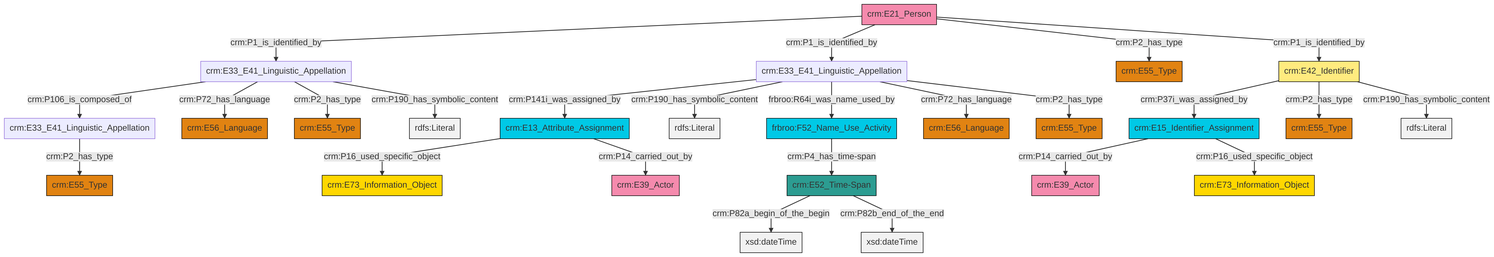
The Mermaid diagram et/personCSV/ttl/mmd/png/Person_Names_and_Classification.png in swiss-art-research-net/reference-data-models, before a commit. Its source is kept beside it as et/personCSV/ttl/mmd/Person_Names_and_Classification.ttl.mmd.
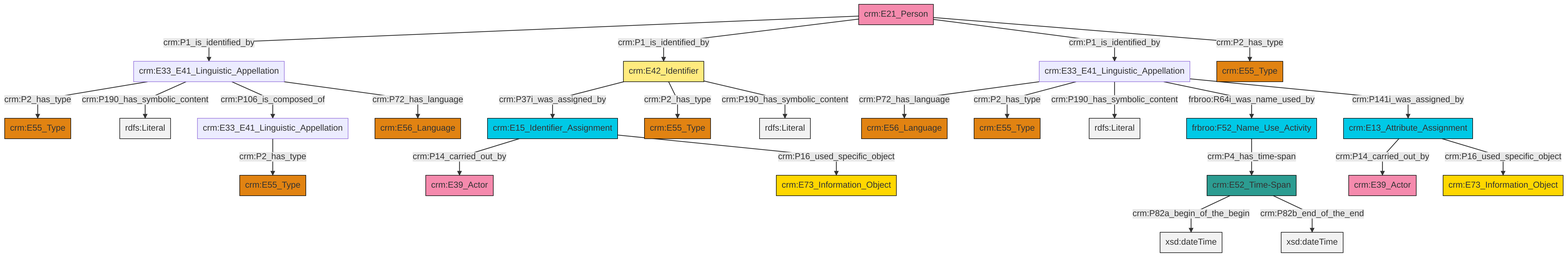
The same diagram one commit later.

Change to the diagram source:
```diff
@@ -13,27 +13,27 @@
 classDef PC_Classes fill:#4ce600, stroke:#000000;
 classDef Multi fill:#cccccc,stroke:#000000;
 
-0["crm:E33_E41_Linguistic_Appellation"]:::Default -->|crm:P141i_was_assigned_by| 1["crm:E13_Attribute_Assignment"]:::Temporal_Entity
-0["crm:E33_E41_Linguistic_Appellation"]:::Default -->|crm:P190_has_symbolic_content| 10[rdfs:Literal]:::Literal
-0["crm:E33_E41_Linguistic_Appellation"]:::Default -->|frbroo:R64i_was_name_used_by| 13["frbroo:F52_Name_Use_Activity"]:::Temporal_Entity
-14["crm:E21_Person"]:::Actor -->|crm:P1_is_identified_by| 15["crm:E33_E41_Linguistic_Appellation"]:::Default
-19["crm:E42_Identifier"]:::Appellation -->|crm:P37i_was_assigned_by| 17["crm:E15_Identifier_Assignment"]:::Temporal_Entity
-15["crm:E33_E41_Linguistic_Appellation"]:::Default -->|crm:P106_is_composed_of| 6["crm:E33_E41_Linguistic_Appellation"]:::Default
-14["crm:E21_Person"]:::Actor -->|crm:P1_is_identified_by| 0["crm:E33_E41_Linguistic_Appellation"]:::Default
-0["crm:E33_E41_Linguistic_Appellation"]:::Default -->|crm:P72_has_language| 8["crm:E56_Language"]:::Type
-0["crm:E33_E41_Linguistic_Appellation"]:::Default -->|crm:P2_has_type| 22["crm:E55_Type"]:::Type
-14["crm:E21_Person"]:::Actor -->|crm:P2_has_type| 23["crm:E55_Type"]:::Type
-15["crm:E33_E41_Linguistic_Appellation"]:::Default -->|crm:P72_has_language| 2["crm:E56_Language"]:::Type
-1["crm:E13_Attribute_Assignment"]:::Temporal_Entity -->|crm:P16_used_specific_object| 29["crm:E73_Information_Object"]:::Conceptual_Object
-19["crm:E42_Identifier"]:::Appellation -->|crm:P2_has_type| 20["crm:E55_Type"]:::Type
-32["crm:E52_Time-Span"]:::Time-Span -->|crm:P82a_begin_of_the_begin| 34[xsd:dateTime]:::Literal
-6["crm:E33_E41_Linguistic_Appellation"]:::Default -->|crm:P2_has_type| 4["crm:E55_Type"]:::Type
-19["crm:E42_Identifier"]:::Appellation -->|crm:P190_has_symbolic_content| 35[rdfs:Literal]:::Literal
-17["crm:E15_Identifier_Assignment"]:::Temporal_Entity -->|crm:P14_carried_out_by| 11["crm:E39_Actor"]:::Actor
-17["crm:E15_Identifier_Assignment"]:::Temporal_Entity -->|crm:P16_used_specific_object| 37["crm:E73_Information_Object"]:::Conceptual_Object
-15["crm:E33_E41_Linguistic_Appellation"]:::Default -->|crm:P2_has_type| 24["crm:E55_Type"]:::Type
-15["crm:E33_E41_Linguistic_Appellation"]:::Default -->|crm:P190_has_symbolic_content| 40[rdfs:Literal]:::Literal
-14["crm:E21_Person"]:::Actor -->|crm:P1_is_identified_by| 19["crm:E42_Identifier"]:::Appellation
-1["crm:E13_Attribute_Assignment"]:::Temporal_Entity -->|crm:P14_carried_out_by| 27["crm:E39_Actor"]:::Actor
-32["crm:E52_Time-Span"]:::Time-Span -->|crm:P82b_end_of_the_end| 42[xsd:dateTime]:::Literal
-13["frbroo:F52_Name_Use_Activity"]:::Temporal_Entity -->|crm:P4_has_time-span| 32["crm:E52_Time-Span"]:::Time-Span
+0["crm:E21_Person"]:::Actor -->|crm:P1_is_identified_by| 4["crm:E33_E41_Linguistic_Appellation"]:::Default
+5["crm:E15_Identifier_Assignment"]:::Temporal_Entity -->|crm:P14_carried_out_by| 6["crm:E39_Actor"]:::Actor
+9["crm:E33_E41_Linguistic_Appellation"]:::Default -->|crm:P72_has_language| 10["crm:E56_Language"]:::Type
+4["crm:E33_E41_Linguistic_Appellation"]:::Default -->|crm:P2_has_type| 13["crm:E55_Type"]:::Type
+0["crm:E21_Person"]:::Actor -->|crm:P1_is_identified_by| 14["crm:E42_Identifier"]:::Appellation
+2["frbroo:F52_Name_Use_Activity"]:::Temporal_Entity -->|crm:P4_has_time-span| 15["crm:E52_Time-Span"]:::Time-Span
+0["crm:E21_Person"]:::Actor -->|crm:P1_is_identified_by| 9["crm:E33_E41_Linguistic_Appellation"]:::Default
+4["crm:E33_E41_Linguistic_Appellation"]:::Default -->|crm:P190_has_symbolic_content| 22[rdfs:Literal]:::Literal
+23["crm:E33_E41_Linguistic_Appellation"]:::Default -->|crm:P2_has_type| 20["crm:E55_Type"]:::Type
+15["crm:E52_Time-Span"]:::Time-Span -->|crm:P82a_begin_of_the_begin| 24[xsd:dateTime]:::Literal
+5["crm:E15_Identifier_Assignment"]:::Temporal_Entity -->|crm:P16_used_specific_object| 7["crm:E73_Information_Object"]:::Conceptual_Object
+9["crm:E33_E41_Linguistic_Appellation"]:::Default -->|crm:P2_has_type| 26["crm:E55_Type"]:::Type
+9["crm:E33_E41_Linguistic_Appellation"]:::Default -->|crm:P190_has_symbolic_content| 28[rdfs:Literal]:::Literal
+14["crm:E42_Identifier"]:::Appellation -->|crm:P37i_was_assigned_by| 5["crm:E15_Identifier_Assignment"]:::Temporal_Entity
+4["crm:E33_E41_Linguistic_Appellation"]:::Default -->|crm:P106_is_composed_of| 23["crm:E33_E41_Linguistic_Appellation"]:::Default
+29["crm:E13_Attribute_Assignment"]:::Temporal_Entity -->|crm:P14_carried_out_by| 16["crm:E39_Actor"]:::Actor
+29["crm:E13_Attribute_Assignment"]:::Temporal_Entity -->|crm:P16_used_specific_object| 18["crm:E73_Information_Object"]:::Conceptual_Object
+9["crm:E33_E41_Linguistic_Appellation"]:::Default -->|frbroo:R64i_was_name_used_by| 2["frbroo:F52_Name_Use_Activity"]:::Temporal_Entity
+14["crm:E42_Identifier"]:::Appellation -->|crm:P2_has_type| 11["crm:E55_Type"]:::Type
+4["crm:E33_E41_Linguistic_Appellation"]:::Default -->|crm:P72_has_language| 34["crm:E56_Language"]:::Type
+0["crm:E21_Person"]:::Actor -->|crm:P2_has_type| 38["crm:E55_Type"]:::Type
+9["crm:E33_E41_Linguistic_Appellation"]:::Default -->|crm:P141i_was_assigned_by| 29["crm:E13_Attribute_Assignment"]:::Temporal_Entity
+14["crm:E42_Identifier"]:::Appellation -->|crm:P190_has_symbolic_content| 42[rdfs:Literal]:::Literal
+15["crm:E52_Time-Span"]:::Time-Span -->|crm:P82b_end_of_the_end| 45[xsd:dateTime]:::Literal
```
